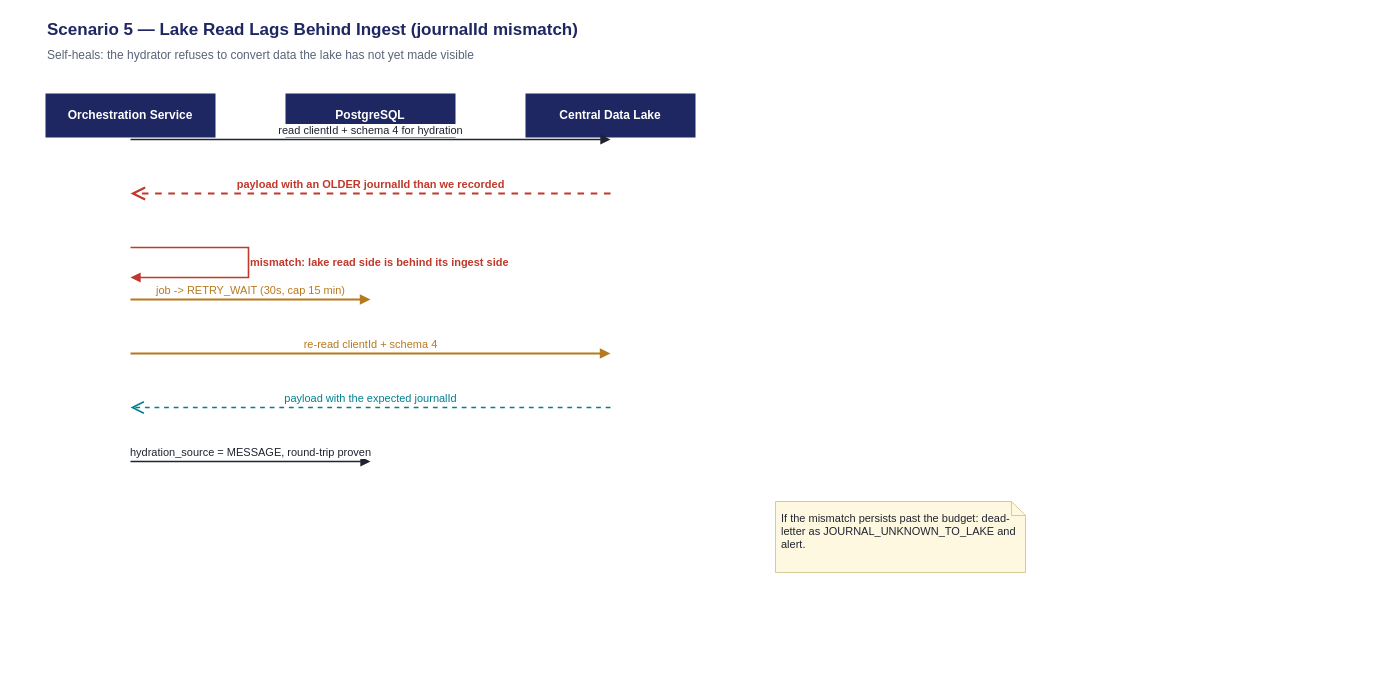
raghavarapuprabhat/AIAGents keeps this draw.io diagram as page "5. Hydration read lag" (5 of 14) of onboarding-orchestration-scenarios.drawio. Above is the earlier version. Source tidied: cells renumbered, new cells numbered last; positions are measured from the earlier drawing's top-left corner, leaving out a move shared by most shapes. Both pictures are drawn from the tidied source at 100%, with x=0, y=0 at pixel (45, 17).
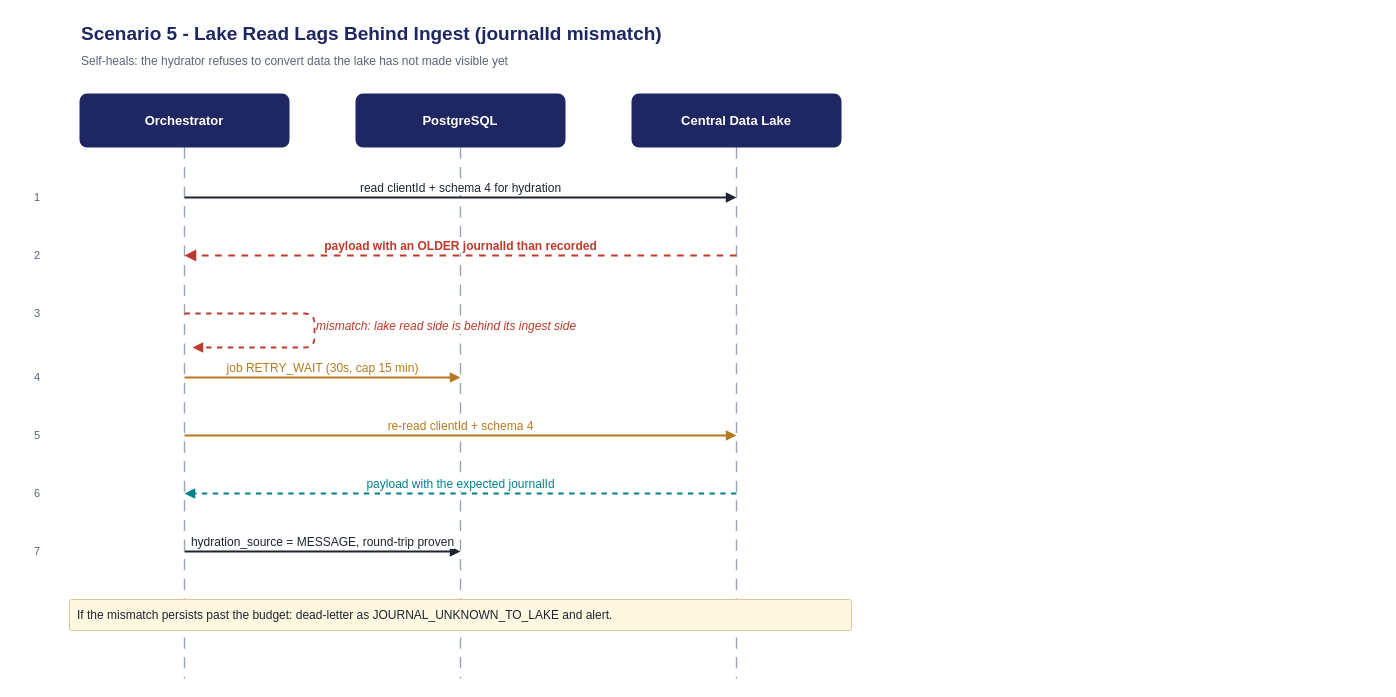
The same page after the edit.

Diff of the diagram source:
```diff
@@
-    <mxCell id="2" value="Scenario 5 — Lake Read Lags Behind Ingest (journalId mismatch)" style="text;html=1;strokeColor=none;fillColor=none;align=left;verticalAlign=middle;fontSize=17;fontStyle=1;fontColor=#1E2761;" parent="1" vertex="1">
-      <mxGeometry width="900" height="26" as="geometry" />
-    </mxCell>
-    <mxCell id="3" value="Self-heals: the hydrator refuses to convert data the lake has not yet made visible" style="text;html=1;strokeColor=none;fillColor=none;align=left;verticalAlign=middle;fontSize=12;fontColor=#5A6478;" parent="1" vertex="1">
-      <mxGeometry y="28" width="1000" height="20" as="geometry" />
-    </mxCell>
-    <mxCell id="4" value="Orchestration Service" style="shape=umlLifeline;perimeter=lifelinePerimeter;whiteSpace=wrap;html=1;size=44;fillColor=#1E2761;strokeColor=none;fontColor=#ffffff;fontSize=12;fontStyle=1;verticalAlign=middle;align=center;" parent="1" vertex="1">
-      <mxGeometry y="76" width="170" height="506" as="geometry" />
-    </mxCell>
+    <mxCell id="15" value="Scenario 5 - Lake Read Lags Behind Ingest (journalId mismatch)" style="text;html=1;strokeColor=none;fillColor=none;align=left;verticalAlign=middle;fontSize=19;fontStyle=1;fontColor=#1E2761;" parent="1" vertex="1">
+      <mxGeometry x="34" y="4" width="1200" height="26" as="geometry" />
+    </mxCell>
+    <mxCell id="16" value="Self-heals: the hydrator refuses to convert data the lake has not made visible yet" style="text;html=1;strokeColor=none;fillColor=none;align=left;verticalAlign=middle;fontSize=12;fontColor=#5A6478;" parent="1" vertex="1">
+      <mxGeometry x="34" y="34" width="1300" height="20" as="geometry" />
+    </mxCell>
+    <mxCell id="17" style="endArrow=none;html=1;dashed=1;dashPattern=8 6;strokeWidth=1.4;strokeColor=#9AA4B8;" parent="1" edge="1">
+      <mxGeometry relative="1" as="geometry">
+        <mxPoint x="139" y="130" as="sourcePoint" />
+        <mxPoint x="139" y="661" as="targetPoint" />
+      </mxGeometry>
+    </mxCell>
+    <mxCell id="18" value="Orchestrator" style="rounded=1;arcSize=14;whiteSpace=wrap;html=1;fillColor=#1E2761;strokeColor=none;fontColor=#ffffff;fontSize=13;fontStyle=1;verticalAlign=middle;align=center;" parent="1" vertex="1">
+      <mxGeometry x="34" y="76" width="210" height="54" as="geometry" />
+    </mxCell>
+    <mxCell id="19" style="endArrow=none;html=1;dashed=1;dashPattern=8 6;strokeWidth=1.4;strokeColor=#9AA4B8;" parent="1" edge="1">
+      <mxGeometry relative="1" as="geometry">
+        <mxPoint x="415" y="130" as="sourcePoint" />
+        <mxPoint x="415" y="661" as="targetPoint" />
+      </mxGeometry>
+    </mxCell>
-    <mxCell id="5" value="PostgreSQL" style="shape=umlLifeline;perimeter=lifelinePerimeter;whiteSpace=wrap;html=1;size=44;fillColor=#1E2761;strokeColor=none;fontColor=#ffffff;fontSize=12;fontStyle=1;verticalAlign=middle;align=center;" parent="1" vertex="1">
-      <mxGeometry x="240" y="76" width="170" height="506" as="geometry" />
+    <mxCell id="5" value="PostgreSQL" style="rounded=1;arcSize=14;whiteSpace=wrap;html=1;fillColor=#1E2761;strokeColor=none;fontColor=#ffffff;fontSize=13;fontStyle=1;verticalAlign=middle;align=center;" parent="1" vertex="1">
+      <mxGeometry x="310" y="76" width="210" height="54" as="geometry" />
     </mxCell>
+    <mxCell id="20" style="endArrow=none;html=1;dashed=1;dashPattern=8 6;strokeWidth=1.4;strokeColor=#9AA4B8;" parent="1" edge="1">
+      <mxGeometry relative="1" as="geometry">
+        <mxPoint x="691" y="130" as="sourcePoint" />
+        <mxPoint x="691" y="661" as="targetPoint" />
+      </mxGeometry>
+    </mxCell>
-    <mxCell id="6" value="Central Data Lake" style="shape=umlLifeline;perimeter=lifelinePerimeter;whiteSpace=wrap;html=1;size=44;fillColor=#1E2761;strokeColor=none;fontColor=#ffffff;fontSize=12;fontStyle=1;verticalAlign=middle;align=center;" parent="1" vertex="1">
-      <mxGeometry x="480" y="76" width="170" height="506" as="geometry" />
+    <mxCell id="6" value="Central Data Lake" style="rounded=1;arcSize=14;whiteSpace=wrap;html=1;fillColor=#1E2761;strokeColor=none;fontColor=#ffffff;fontSize=13;fontStyle=1;verticalAlign=middle;align=center;" parent="1" vertex="1">
+      <mxGeometry x="586" y="76" width="210" height="54" as="geometry" />
     </mxCell>
-    <mxCell id="7" value="read clientId + schema 4 for hydration" style="html=1;verticalAlign=bottom;align=center;fontSize=11;labelBackgroundColor=#ffffff;endArrow=block;endFill=1;strokeWidth=1.6;strokeColor=#1F2430;fontColor=#1F2430;" parent="1" edge="1">
+    <mxCell id="7" value="read clientId + schema 4 for hydration" style="html=1;endArrow=block;endFill=1;strokeWidth=1.8;strokeColor=#1F2430;fontColor=#1F2430;fontSize=12;labelBackgroundColor=#ffffff;verticalAlign=bottom;align=center;" parent="1" edge="1">
       <mxGeometry relative="1" as="geometry">
-        <mxPoint x="85" y="122" as="sourcePoint" />
-        <mxPoint x="565" y="122" as="targetPoint" />
+        <mxPoint x="139" y="180" as="sourcePoint" />
+        <mxPoint x="691" y="180" as="targetPoint" />
       </mxGeometry>
     </mxCell>
-    <mxCell id="8" value="payload with an OLDER journalId than we recorded" style="html=1;verticalAlign=bottom;align=center;fontSize=11;labelBackgroundColor=#ffffff;endArrow=open;endSize=10;dashed=1;strokeWidth=2.2;strokeColor=#C0392B;fontColor=#C0392B;fontStyle=1;" parent="1" edge="1">
-      <mxGeometry relative="1" as="geometry">
-        <mxPoint x="565" y="176" as="sourcePoint" />
-        <mxPoint x="85" y="176" as="targetPoint" />
-      </mxGeometry>
-    </mxCell>
+    <mxCell id="21" value="1" style="text;html=1;strokeColor=none;fillColor=none;align=right;verticalAlign=middle;fontSize=11;fontColor=#5A6478;" parent="1" vertex="1">
+      <mxGeometry x="-28" y="170" width="24" height="20" as="geometry" />
+    </mxCell>
+    <mxCell id="22" value="payload with an OLDER journalId than recorded" style="html=1;endArrow=block;endFill=1;strokeWidth=2.2;strokeColor=#C0392B;fontColor=#C0392B;fontSize=12;fontStyle=1;dashed=1;labelBackgroundColor=#ffffff;verticalAlign=bottom;align=center;" parent="1" edge="1">
+      <mxGeometry relative="1" as="geometry">
+        <mxPoint x="691" y="238" as="sourcePoint" />
+        <mxPoint x="139" y="238" as="targetPoint" />
+      </mxGeometry>
+    </mxCell>
+    <mxCell id="23" value="2" style="text;html=1;strokeColor=none;fillColor=none;align=right;verticalAlign=middle;fontSize=11;fontColor=#5A6478;" parent="1" vertex="1">
+      <mxGeometry x="-28" y="228" width="24" height="20" as="geometry" />
+    </mxCell>
-    <mxCell id="9" value="mismatch: lake read side is behind its ingest side" style="edgeStyle=orthogonalEdgeStyle;rounded=0;html=1;endArrow=block;endFill=1;strokeWidth=1.6;strokeColor=#C0392B;fontColor=#C0392B;fontSize=11;fontStyle=1;labelBackgroundColor=#ffffff;align=left;verticalAlign=middle;" parent="1" edge="1">
+    <mxCell id="9" value="mismatch: lake read side is behind its ingest side" style="edgeStyle=orthogonalEdgeStyle;rounded=1;html=1;endArrow=block;endFill=1;strokeWidth=1.8;strokeColor=#C0392B;fontColor=#C0392B;fontSize=12;fontStyle=2;labelBackgroundColor=#ffffff;align=left;verticalAlign=middle;dashed=1;" parent="1" edge="1">
       <mxGeometry relative="1" as="geometry">
-        <mxPoint x="85" y="230" as="sourcePoint" />
-        <mxPoint x="85" y="260" as="targetPoint" />
+        <mxPoint x="139" y="296" as="sourcePoint" />
+        <mxPoint x="147" y="330" as="targetPoint" />
         <Array as="points">
-          <mxPoint x="203" y="230" />
-          <mxPoint x="203" y="260" />
+          <mxPoint x="269" y="296" />
+          <mxPoint x="269" y="330" />
         </Array>
       </mxGeometry>
     </mxCell>
-    <mxCell id="10" value="job -&gt; RETRY_WAIT (30s, cap 15 min)" style="html=1;verticalAlign=bottom;align=center;fontSize=11;labelBackgroundColor=#ffffff;endArrow=block;endFill=1;strokeWidth=1.8;strokeColor=#B7791F;fontColor=#B7791F;" parent="1" edge="1">
-      <mxGeometry relative="1" as="geometry">
-        <mxPoint x="85" y="282" as="sourcePoint" />
-        <mxPoint x="325" y="282" as="targetPoint" />
-      </mxGeometry>
-    </mxCell>
+    <mxCell id="24" value="3" style="text;html=1;strokeColor=none;fillColor=none;align=right;verticalAlign=middle;fontSize=11;fontColor=#5A6478;" parent="1" vertex="1">
+      <mxGeometry x="-28" y="286" width="24" height="20" as="geometry" />
+    </mxCell>
+    <mxCell id="25" value="job RETRY_WAIT (30s, cap 15 min)" style="html=1;endArrow=block;endFill=1;strokeWidth=1.8;strokeColor=#B7791F;fontColor=#B7791F;fontSize=12;labelBackgroundColor=#ffffff;verticalAlign=bottom;align=center;" parent="1" edge="1">
+      <mxGeometry relative="1" as="geometry">
+        <mxPoint x="139" y="360" as="sourcePoint" />
+        <mxPoint x="415" y="360" as="targetPoint" />
+      </mxGeometry>
+    </mxCell>
+    <mxCell id="26" value="4" style="text;html=1;strokeColor=none;fillColor=none;align=right;verticalAlign=middle;fontSize=11;fontColor=#5A6478;" parent="1" vertex="1">
+      <mxGeometry x="-28" y="350" width="24" height="20" as="geometry" />
+    </mxCell>
-    <mxCell id="11" value="re-read clientId + schema 4" style="html=1;verticalAlign=bottom;align=center;fontSize=11;labelBackgroundColor=#ffffff;endArrow=block;endFill=1;strokeWidth=1.8;strokeColor=#B7791F;fontColor=#B7791F;" parent="1" edge="1">
+    <mxCell id="11" value="re-read clientId + schema 4" style="html=1;endArrow=block;endFill=1;strokeWidth=1.8;strokeColor=#B7791F;fontColor=#B7791F;fontSize=12;labelBackgroundColor=#ffffff;verticalAlign=bottom;align=center;" parent="1" edge="1">
       <mxGeometry relative="1" as="geometry">
-        <mxPoint x="85" y="336" as="sourcePoint" />
-        <mxPoint x="565" y="336" as="targetPoint" />
+        <mxPoint x="139" y="418" as="sourcePoint" />
+        <mxPoint x="691" y="418" as="targetPoint" />
       </mxGeometry>
     </mxCell>
+    <mxCell id="27" value="5" style="text;html=1;strokeColor=none;fillColor=none;align=right;verticalAlign=middle;fontSize=11;fontColor=#5A6478;" parent="1" vertex="1">
+      <mxGeometry x="-28" y="408" width="24" height="20" as="geometry" />
+    </mxCell>
-    <mxCell id="12" value="payload with the expected journalId" style="html=1;verticalAlign=bottom;align=center;fontSize=11;labelBackgroundColor=#ffffff;endArrow=open;endSize=10;dashed=1;strokeWidth=1.6;strokeColor=#028090;fontColor=#028090;" parent="1" edge="1">
+    <mxCell id="12" value="payload with the expected journalId" style="html=1;endArrow=block;endFill=1;strokeWidth=1.8;strokeColor=#028090;fontColor=#028090;fontSize=12;dashed=1;labelBackgroundColor=#ffffff;verticalAlign=bottom;align=center;" parent="1" edge="1">
       <mxGeometry relative="1" as="geometry">
-        <mxPoint x="565" y="390" as="sourcePoint" />
-        <mxPoint x="85" y="390" as="targetPoint" />
+        <mxPoint x="691" y="476" as="sourcePoint" />
+        <mxPoint x="139" y="476" as="targetPoint" />
       </mxGeometry>
     </mxCell>
+    <mxCell id="28" value="6" style="text;html=1;strokeColor=none;fillColor=none;align=right;verticalAlign=middle;fontSize=11;fontColor=#5A6478;" parent="1" vertex="1">
+      <mxGeometry x="-28" y="466" width="24" height="20" as="geometry" />
+    </mxCell>
-    <mxCell id="13" value="hydration_source = MESSAGE, round-trip proven" style="html=1;verticalAlign=bottom;align=center;fontSize=11;labelBackgroundColor=#ffffff;endArrow=block;endFill=1;strokeWidth=1.6;strokeColor=#1F2430;fontColor=#1F2430;" parent="1" edge="1">
+    <mxCell id="13" value="hydration_source = MESSAGE, round-trip proven" style="html=1;endArrow=block;endFill=1;strokeWidth=1.8;strokeColor=#1F2430;fontColor=#1F2430;fontSize=12;labelBackgroundColor=#ffffff;verticalAlign=bottom;align=center;" parent="1" edge="1">
       <mxGeometry relative="1" as="geometry">
-        <mxPoint x="85" y="444" as="sourcePoint" />
-        <mxPoint x="325" y="444" as="targetPoint" />
+        <mxPoint x="139" y="534" as="sourcePoint" />
+        <mxPoint x="415" y="534" as="targetPoint" />
       </mxGeometry>
     </mxCell>
+    <mxCell id="29" value="7" style="text;html=1;strokeColor=none;fillColor=none;align=right;verticalAlign=middle;fontSize=11;fontColor=#5A6478;" parent="1" vertex="1">
+      <mxGeometry x="-28" y="524" width="24" height="20" as="geometry" />
+    </mxCell>
-    <mxCell id="14" value="If the mismatch persists past the budget: dead-letter as JOURNAL_UNKNOWN_TO_LAKE and alert." style="shape=note;whiteSpace=wrap;html=1;size=14;fontSize=11;align=left;verticalAlign=top;fillColor=#FFF8E1;strokeColor=#D9C89A;fontColor=#1F2430;spacing=6;" parent="1" vertex="1">
-      <mxGeometry x="730" y="484" width="250" height="71" as="geometry" />
+    <mxCell id="14" value="If the mismatch persists past the budget: dead-letter as JOURNAL_UNKNOWN_TO_LAKE and alert." style="rounded=1;arcSize=8;whiteSpace=wrap;html=1;fillColor=#FFF8E1;strokeColor=#D9C89A;fontSize=12;fontColor=#1F2430;align=left;verticalAlign=middle;spacing=8;" parent="1" vertex="1">
+      <mxGeometry x="24" y="582" width="782" height="31" as="geometry" />
     </mxCell>
```
